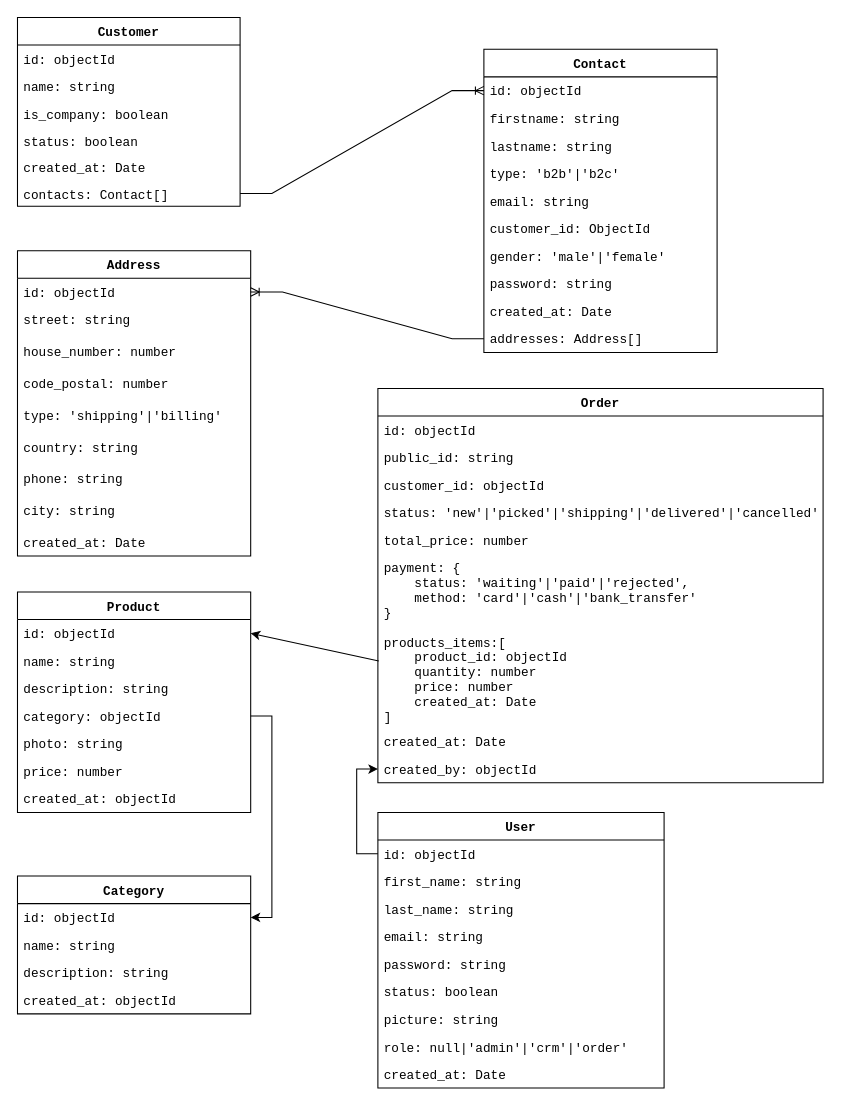
ylahssini/dx-blog keeps this draw.io diagram as mini-crm.drawio. Above is the earlier version. Source tidied: cells renumbered, new cells numbered last; positions are measured from the earlier drawing's top-left corner, leaving out a move shared by most shapes. Both pictures are drawn from the tidied source at 106%, with x=0, y=0 at pixel (17, 17).
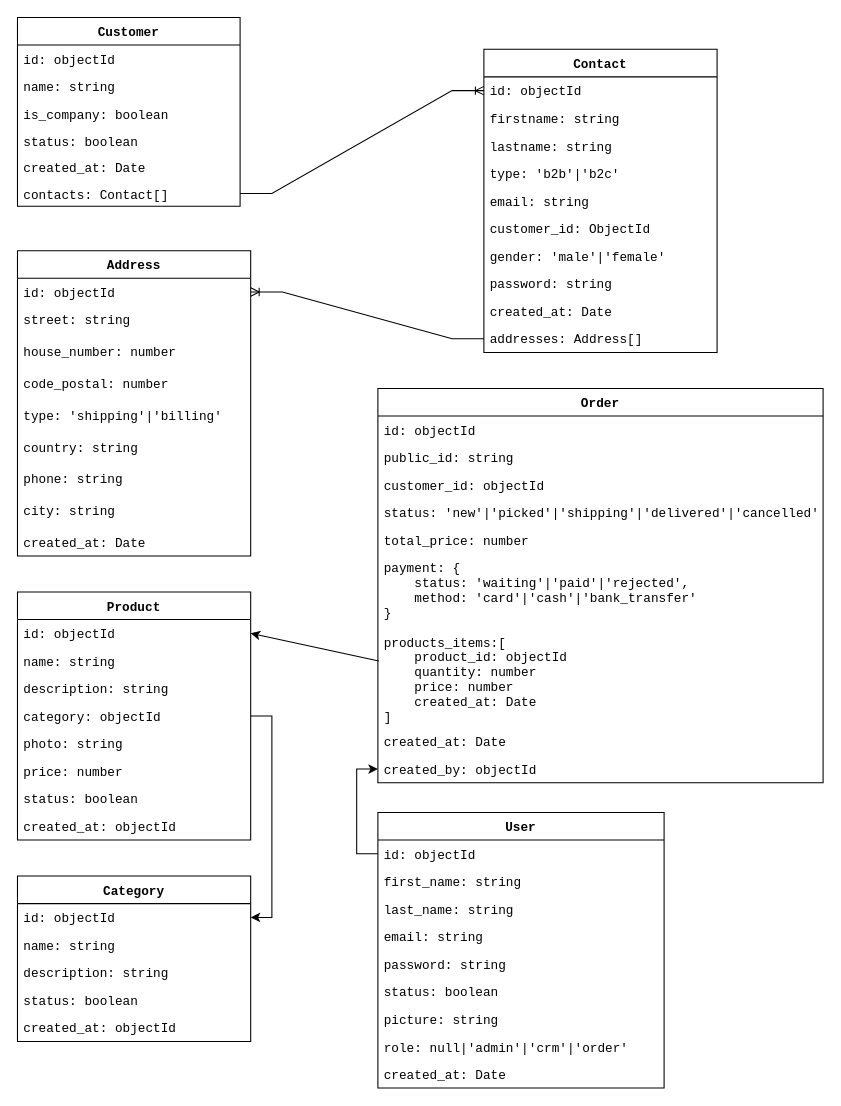
The same diagram, later.

Commit message:
Mettre à jour mini-crm.drawio

Diff of the diagram source:
```diff
@@
     <mxCell id="32" value="Product" style="swimlane;fontStyle=1;horizontal=1;startSize=26;fillColor=none;fontFamily=Courier New;" parent="1" vertex="1">
-      <mxGeometry y="542" width="220" height="208" as="geometry" />
+      <mxGeometry y="542" width="220" height="234" as="geometry" />
     </mxCell>
@@
+    <mxCell id="68" value="status: boolean" style="text;strokeColor=none;fillColor=none;align=left;verticalAlign=top;spacingLeft=4;spacingRight=4;overflow=hidden;fontFamily=Courier New;" parent="32" vertex="1">
+      <mxGeometry y="182" width="220" height="26" as="geometry" />
+    </mxCell>
     <mxCell id="39" value="created_at: objectId" style="text;strokeColor=none;fillColor=none;align=left;verticalAlign=top;spacingLeft=4;spacingRight=4;overflow=hidden;fontFamily=Courier New;" parent="32" vertex="1">
-      <mxGeometry y="182" width="220" height="26" as="geometry" />
+      <mxGeometry y="208" width="220" height="26" as="geometry" />
     </mxCell>
@@
     <mxCell id="61" value="Category" style="swimlane;fontStyle=1;horizontal=1;startSize=26;fillColor=none;fontFamily=Courier New;" parent="1" vertex="1">
-      <mxGeometry y="810" width="220" height="130" as="geometry" />
+      <mxGeometry y="810" width="220" height="156" as="geometry" />
     </mxCell>
@@
+    <mxCell id="69" value="status: boolean" style="text;strokeColor=none;fillColor=none;align=left;verticalAlign=top;spacingLeft=4;spacingRight=4;overflow=hidden;fontFamily=Courier New;" parent="61" vertex="1">
+      <mxGeometry y="104" width="220" height="26" as="geometry" />
+    </mxCell>
     <mxCell id="65" value="created_at: objectId" style="text;strokeColor=none;fillColor=none;align=left;verticalAlign=top;spacingLeft=4;spacingRight=4;overflow=hidden;fontFamily=Courier New;" parent="61" vertex="1">
-      <mxGeometry y="104" width="220" height="26" as="geometry" />
+      <mxGeometry y="130" width="220" height="26" as="geometry" />
     </mxCell>
```
